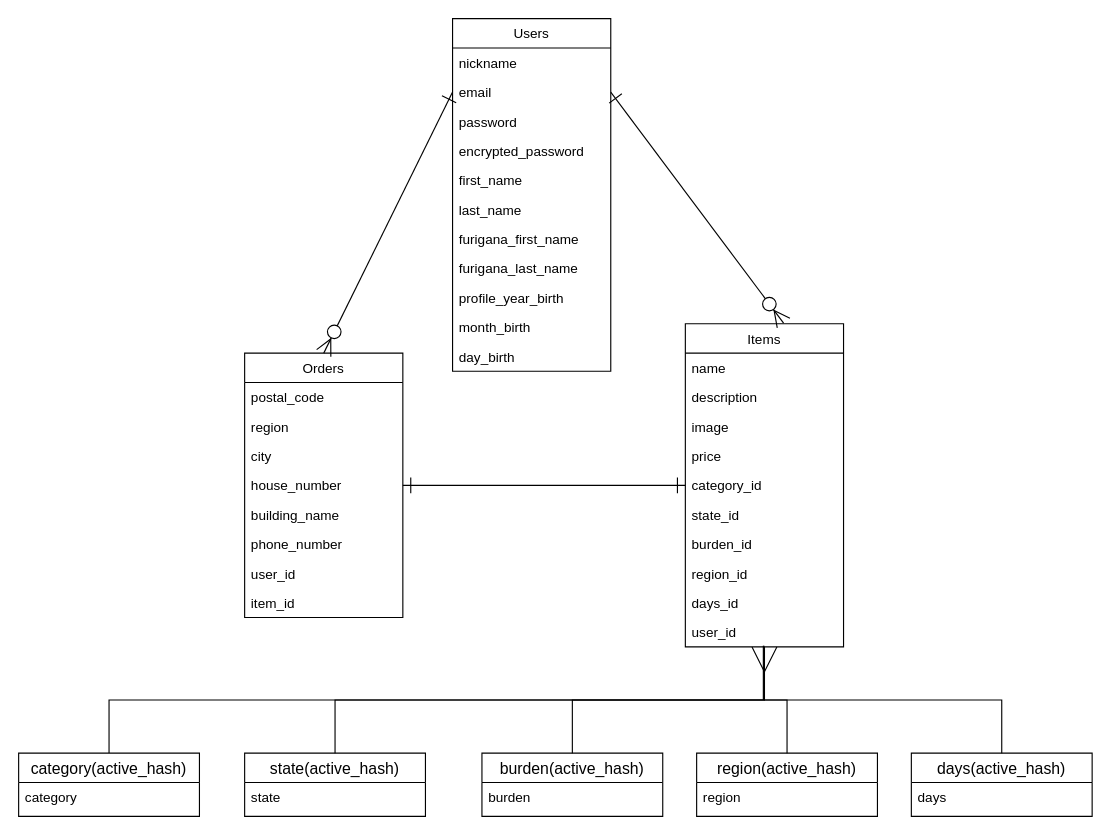
Above: er_diagram.dio in kazuomi-nakajima/furima-32996 (draw.io), before the change. Source tidied: cells renumbered, new cells numbered last; positions are measured from the earlier drawing's top-left corner, leaving out a move shared by most shapes. Both pictures are drawn from the tidied source at 113%, with x=0, y=0 at pixel (18, 18).
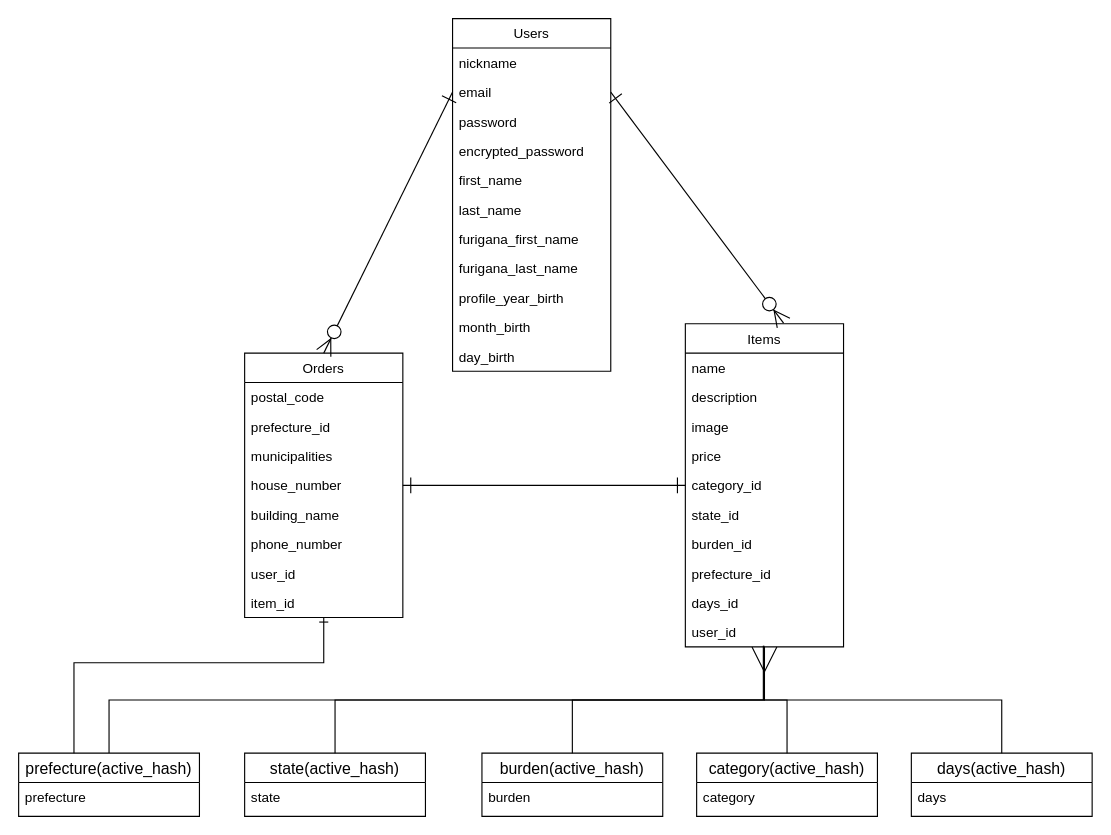
After the change.

Commit message (it also covers changes not shown here):
DB修正：生年月日,購入テーブル

Unchanged cells that the change refers to:
```xml
<mxCell id="14" value="Items" style="swimlane;fontStyle=0;horizontal=1;startSize=26;fillColor=none;" parent="1" vertex="1">
  <mxGeometry x="590" y="270" width="140" height="286" as="geometry" />
</mxCell>
<mxCell id="25" value="Orders" style="swimlane;fontStyle=0;horizontal=1;startSize=26;fillColor=none;" parent="1" vertex="1">
  <mxGeometry x="200" y="296" width="140" height="234" as="geometry" />
</mxCell>
<mxCell id="33" value="item_id" style="text;strokeColor=none;fillColor=none;align=left;verticalAlign=top;spacingLeft=4;spacingRight=4;overflow=hidden;points=[[0,0.5],[1,0.5]];portConstraint=eastwest;" parent="25" vertex="1">
  <mxGeometry y="208" width="140" height="26" as="geometry" />
</mxCell>
```

What changed in the source:
```diff
@@
-    <mxCell id="22" value="region_id" style="text;strokeColor=none;fillColor=none;align=left;verticalAlign=top;spacingLeft=4;spacingRight=4;overflow=hidden;" parent="14" vertex="1">
+    <mxCell id="22" value="prefecture_id" style="text;strokeColor=none;fillColor=none;align=left;verticalAlign=top;spacingLeft=4;spacingRight=4;overflow=hidden;" parent="14" vertex="1">
       <mxGeometry y="208" width="140" height="26" as="geometry" />
     </mxCell>
@@
-    <mxCell id="27" value="region" style="text;strokeColor=none;fillColor=none;align=left;verticalAlign=top;spacingLeft=4;spacingRight=4;overflow=hidden;" parent="25" vertex="1">
+    <mxCell id="27" value="prefecture_id" style="text;strokeColor=none;fillColor=none;align=left;verticalAlign=top;spacingLeft=4;spacingRight=4;overflow=hidden;" parent="25" vertex="1">
       <mxGeometry y="52" width="140" height="26" as="geometry" />
     </mxCell>
-    <mxCell id="28" value="city" style="text;strokeColor=none;fillColor=none;align=left;verticalAlign=top;spacingLeft=4;spacingRight=4;overflow=hidden;" parent="25" vertex="1">
+    <mxCell id="28" value="municipalities" style="text;strokeColor=none;fillColor=none;align=left;verticalAlign=top;spacingLeft=4;spacingRight=4;overflow=hidden;" parent="25" vertex="1">
       <mxGeometry y="78" width="140" height="26" as="geometry" />
     </mxCell>
@@
-    <mxCell id="38" value="category(active_hash)" style="swimlane;fontStyle=0;horizontal=1;startSize=26;align=center;fontSize=14;" parent="1" vertex="1">
+    <mxCell id="38" value="prefecture(active_hash)" style="swimlane;fontStyle=0;horizontal=1;startSize=26;align=center;fontSize=14;" parent="1" vertex="1">
       <mxGeometry y="650" width="160" height="56" as="geometry" />
     </mxCell>
-    <mxCell id="39" value="category" style="text;strokeColor=none;fillColor=none;spacingLeft=4;spacingRight=4;overflow=hidden;fontSize=12;" parent="38" vertex="1">
+    <mxCell id="39" value="prefecture" style="text;strokeColor=none;fillColor=none;spacingLeft=4;spacingRight=4;overflow=hidden;fontSize=12;" parent="38" vertex="1">
       <mxGeometry y="26" width="160" height="30" as="geometry" />
     </mxCell>
@@
-    <mxCell id="46" value="region(active_hash)" style="swimlane;fontStyle=0;horizontal=1;startSize=26;align=center;fontSize=14;" parent="1" vertex="1">
+    <mxCell id="46" value="category(active_hash)" style="swimlane;fontStyle=0;horizontal=1;startSize=26;align=center;fontSize=14;" parent="1" vertex="1">
       <mxGeometry x="600" y="650" width="160" height="56" as="geometry" />
     </mxCell>
-    <mxCell id="47" value="region" style="text;strokeColor=none;fillColor=none;spacingLeft=4;spacingRight=4;overflow=hidden;fontSize=12;" parent="46" vertex="1">
+    <mxCell id="47" value="category" style="text;strokeColor=none;fillColor=none;spacingLeft=4;spacingRight=4;overflow=hidden;fontSize=12;" parent="46" vertex="1">
       <mxGeometry y="26" width="160" height="30" as="geometry" />
     </mxCell>
@@
+    <mxCell id="54" style="edgeStyle=elbowEdgeStyle;rounded=0;jettySize=auto;html=1;endArrow=ERone;endFill=0;elbow=vertical;exitX=0.306;exitY=0;exitDx=0;exitDy=0;exitPerimeter=0;" parent="1" edge="1" source="38" target="33">
+      <mxGeometry relative="1" as="geometry">
+        <Array as="points">
+          <mxPoint x="130" y="570" />
+        </Array>
+      </mxGeometry>
+    </mxCell>
```
